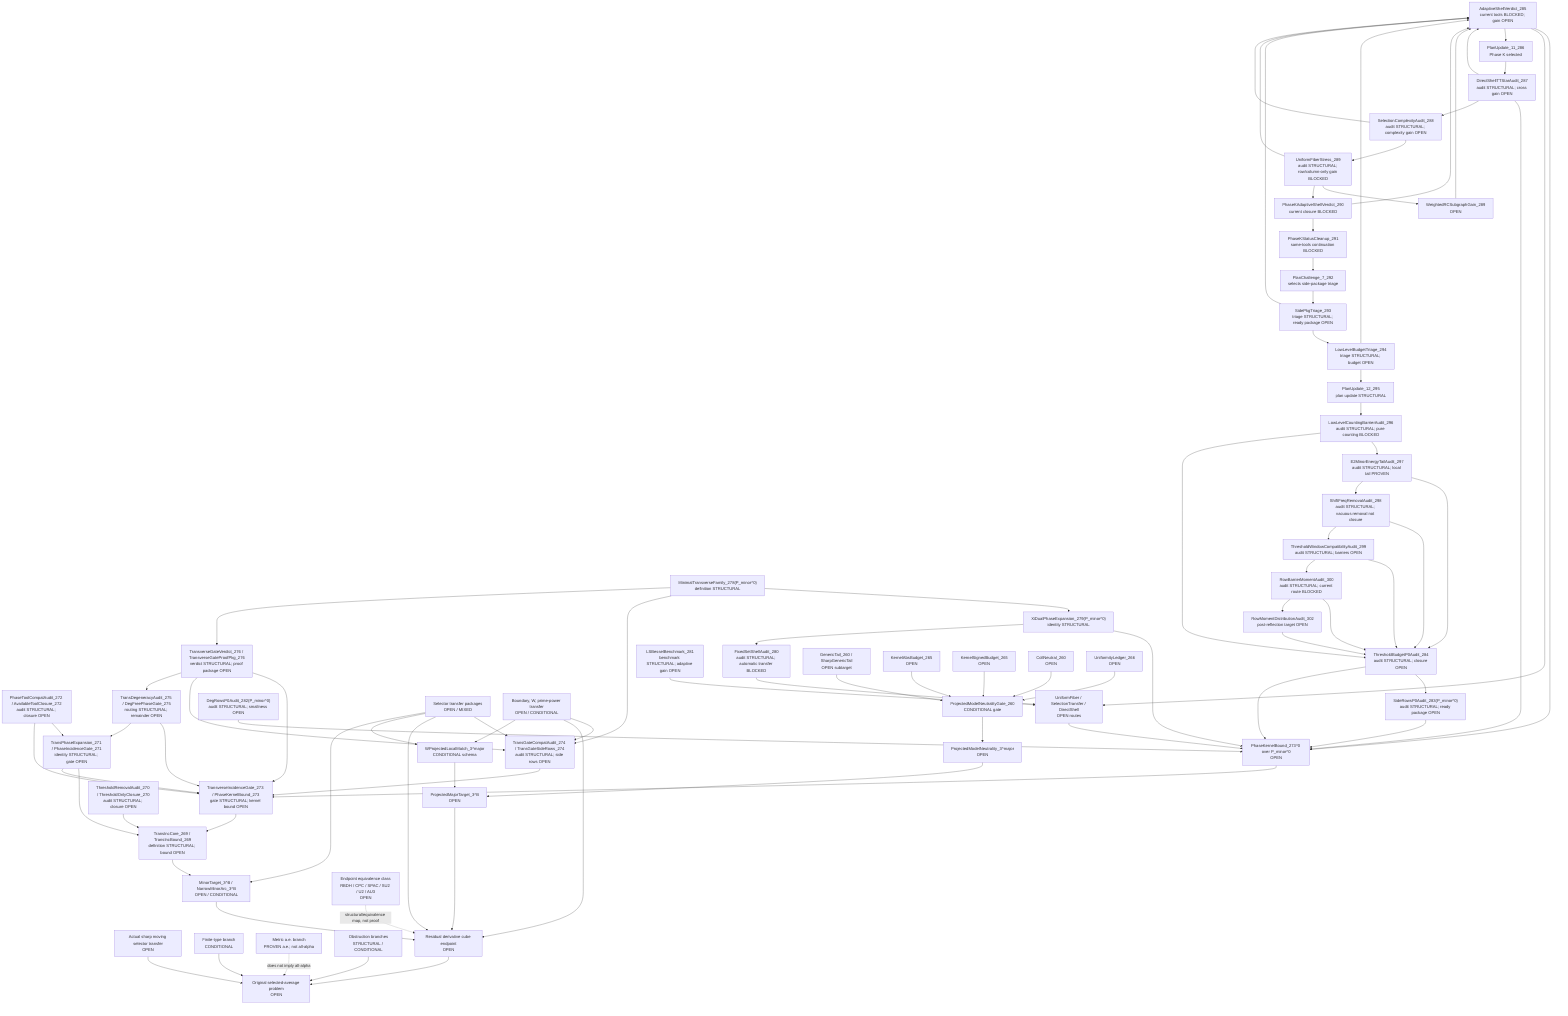
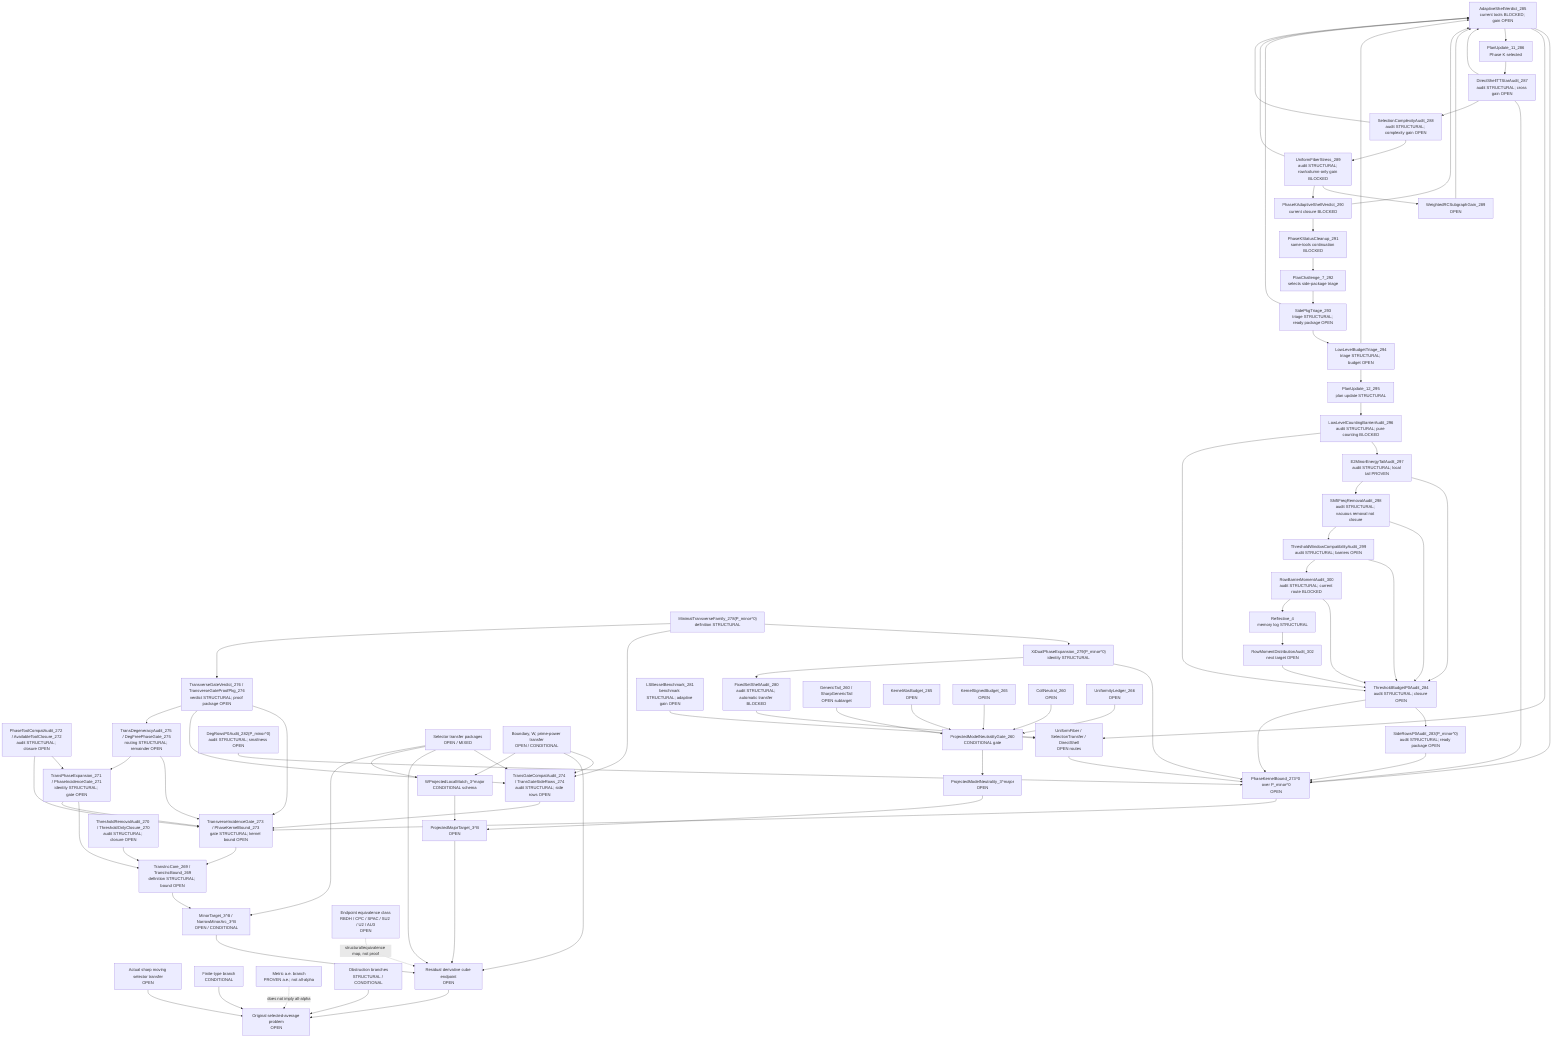
flowchart TD
  Original["Original selected-average problem<br/>OPEN"]
  SharpSel["Actual sharp moving selector transfer<br/>OPEN"]
  FiniteType["Finite-type branch<br/>CONDITIONAL"]
  Metric["Metric a.e. branch<br/>PROVEN a.e.; not all-alpha"]
  Obstruction["Obstruction branches<br/>STRUCTURAL / CONDITIONAL"]

  ResCube["Residual derivative cube endpoint<br/>OPEN"]
  MajorTarget["ProjectedMajorTarget_3^B<br/>OPEN"]
  MinorTarget["MinorTarget_3^B / NarrowMinorArc_3^B<br/>OPEN / CONDITIONAL"]
  TransInc["TransIncCore_269 / TransIncBound_269<br/>definition STRUCTURAL; bound OPEN"]
  ThresholdAudit["ThresholdRemovalAudit_270 / ThresholdOnlyClosure_270<br/>audit STRUCTURAL; closure OPEN"]
  PhaseExpansion["TransPhaseExpansion_271 / PhaseIncidenceGate_271<br/>identity STRUCTURAL; gate OPEN"]
  ToolCompat["PhaseToolCompatAudit_272 / AvailableToolClosure_272<br/>audit STRUCTURAL; closure OPEN"]
  TransGate["TransverseIncidenceGate_273 / PhaseKernelBound_273<br/>gate STRUCTURAL; kernel bound OPEN"]
  TransGateCompat["TransGateCompatAudit_274 / TransGateSideRows_274<br/>audit STRUCTURAL; side rows OPEN"]
  DegAudit["TransDegeneracyAudit_275 / DegFreePhaseGate_275<br/>routing STRUCTURAL; remainder OPEN"]
  TransVerdict["TransverseGateVerdict_276 / TransverseGateProofPkg_276<br/>verdict STRUCTURAL; proof package OPEN"]
  MinTransFamily["MinimalTransverseFamily_278(P_minor^0)<br/>definition STRUCTURAL"]
  XiExpansion["XiDualPhaseExpansion_279(P_minor^0)<br/>identity STRUCTURAL"]
  FixedShellAudit["FixedSetShellAudit_280<br/>audit STRUCTURAL; automatic transfer BLOCKED"]
  FixedShellTransfer["UniformFiber / SelectionTransfer / DirectShell<br/>OPEN routes"]
  LSBesselBench["LSBesselBenchmark_281<br/>benchmark STRUCTURAL; adaptive gain OPEN"]
  DegRowsP0["DegRowsP0Audit_282(P_minor^0)<br/>audit STRUCTURAL; smallness OPEN"]
  SideRowsP0["SideRowsP0Audit_283(P_minor^0)<br/>audit STRUCTURAL; ready package OPEN"]
  ThresholdP0["ThresholdBudgetP0Audit_284<br/>audit STRUCTURAL; closure OPEN"]
  AdaptiveShellP0["AdaptiveShellVerdict_285<br/>current tools BLOCKED; gain OPEN"]
  PlanUpdate11["PlanUpdate_11_286<br/>Phase K selected"]
  DirectTTStar["DirectShellTTStarAudit_287<br/>audit STRUCTURAL; cross gain OPEN"]
  SelectionComplexity["SelectionComplexityAudit_288<br/>audit STRUCTURAL; complexity gain OPEN"]
  UniformFiberStress["UniformFiberStress_289<br/>audit STRUCTURAL; row/column-only gain BLOCKED"]
  WeightedRCSubgraph["WeightedRCSubgraphGain_289<br/>OPEN"]
  AdaptiveVerdict290["PhaseKAdaptiveShellVerdict_290<br/>current closure BLOCKED"]
  PhaseKCleanup291["PhaseKStatusCleanup_291<br/>same-tools continuation BLOCKED"]
  PlanChallenge7["PlanChallenge_7_292<br/>selects side-package triage"]
  SidePkgTriage293["SidePkgTriage_293<br/>triage STRUCTURAL; ready package OPEN"]
  LowLevelTriage294["LowLevelBudgetTriage_294<br/>triage STRUCTURAL; budget OPEN"]
  PlanUpdate12["PlanUpdate_12_295<br/>plan update STRUCTURAL"]
  LowLevelBarrier296["LowLevelCountingBarrierAudit_296<br/>audit STRUCTURAL; pure counting BLOCKED"]
  E2Tail297["E2MinorEnergyTailAudit_297<br/>audit STRUCTURAL; local tail PROVEN"]
  ShiftFreq298["ShiftFreqRemovalAudit_298<br/>audit STRUCTURAL; vacuous removal not closure"]
  ThresholdWindow299["ThresholdWindowCompatibilityAudit_299<br/>audit STRUCTURAL; barriers OPEN"]
  RowBarrier300["RowBarrierMomentAudit_300<br/>audit STRUCTURAL; current route BLOCKED"]
-   RowMoment302["RowMomentDistributionAudit_302<br/>post-reflection target OPEN"]
+   Reflective4["Reflective_4<br/>memory log STRUCTURAL"]
+   RowMoment302["RowMomentDistributionAudit_302<br/>next target OPEN"]
  PhaseKernel0["PhaseKernelBound_273^0 over P_minor^0<br/>OPEN"]
  SelectorTransfer["Selector transfer packages<br/>OPEN / MIXED"]
  BoundaryTransfer["Boundary, W, prime-power transfer<br/>OPEN / CONDITIONAL"]

  WLocal["WProjectedLocalMatch_3^major<br/>CONDITIONAL schema"]
  ModelNeutral["ProjectedModelNeutrality_3^major<br/>OPEN"]
  PMNGate["ProjectedModelNeutralityGate_260<br/>CONDITIONAL gate"]
  GenericTail["GenericTail_260 / SharpGenericTail<br/>OPEN subtarget"]
  KernelAbs["KernelAbsBudget_265<br/>OPEN"]
  KernelSigned["KernelSignedBudget_265<br/>OPEN"]
  CollNeutral["CollNeutral_260<br/>OPEN"]
  Uniformity["UniformityLedger_266<br/>OPEN"]

  EndpointClass["Endpoint equivalence class<br/>RBDH / CPC / SPAC / SU2 / U2 / AU3<br/>OPEN"]

  SharpSel --> Original
  FiniteType --> Original
  Obstruction --> Original
  ResCube --> Original
  Metric -. "does not imply all-alpha" .-> Original

  MajorTarget --> ResCube
  MinorTarget --> ResCube
  TransInc --> MinorTarget
  ThresholdAudit --> TransInc
  PhaseExpansion --> TransInc
  ToolCompat --> PhaseExpansion
  TransGate --> TransInc
  PhaseExpansion --> TransGate
  ToolCompat --> TransGate
  TransGateCompat --> TransGate
  SelectorTransfer --> TransGateCompat
  BoundaryTransfer --> TransGateCompat
  DegAudit --> TransGate
  DegAudit --> PhaseExpansion
  TransVerdict --> TransGate
  TransVerdict --> TransGateCompat
  TransVerdict --> DegAudit
  PhaseKernel0 --> TransGate
  MinTransFamily --> XiExpansion
  XiExpansion --> PhaseKernel0
  XiExpansion --> FixedShellAudit
  FixedShellAudit --> FixedShellTransfer
  FixedShellTransfer --> PhaseKernel0
  LSBesselBench --> FixedShellTransfer
  DegRowsP0 --> PhaseKernel0
  SideRowsP0 --> PhaseKernel0
  ThresholdP0 --> SideRowsP0
  ThresholdP0 --> PhaseKernel0
  AdaptiveShellP0 --> PhaseKernel0
  AdaptiveShellP0 --> FixedShellTransfer
  AdaptiveShellP0 --> PlanUpdate11
  PlanUpdate11 --> DirectTTStar
  DirectTTStar --> AdaptiveShellP0
  DirectTTStar --> PhaseKernel0
  DirectTTStar --> SelectionComplexity
  SelectionComplexity --> UniformFiberStress
  SelectionComplexity --> AdaptiveShellP0
  UniformFiberStress --> WeightedRCSubgraph
  WeightedRCSubgraph --> AdaptiveShellP0
  UniformFiberStress --> AdaptiveVerdict290
  UniformFiberStress --> AdaptiveShellP0
  AdaptiveVerdict290 --> AdaptiveShellP0
  AdaptiveVerdict290 --> PhaseKCleanup291
  PhaseKCleanup291 --> PlanChallenge7
  PlanChallenge7 --> SidePkgTriage293
  SidePkgTriage293 --> LowLevelTriage294
  SidePkgTriage293 --> AdaptiveShellP0
  LowLevelTriage294 --> AdaptiveShellP0
  LowLevelTriage294 --> PlanUpdate12
  PlanUpdate12 --> LowLevelBarrier296
  LowLevelBarrier296 --> E2Tail297
  LowLevelBarrier296 --> ThresholdP0
  E2Tail297 --> ThresholdP0
  E2Tail297 --> ShiftFreq298
  ShiftFreq298 --> ThresholdP0
  ShiftFreq298 --> ThresholdWindow299
  ThresholdWindow299 --> ThresholdP0
  ThresholdWindow299 --> RowBarrier300
  RowBarrier300 --> ThresholdP0
-   RowBarrier300 --> RowMoment302
+   RowBarrier300 --> Reflective4
+   Reflective4 --> RowMoment302
  RowMoment302 --> ThresholdP0
  MinTransFamily --> TransGateCompat
  MinTransFamily --> TransVerdict
  SelectorTransfer --> ResCube
  BoundaryTransfer --> ResCube
  EndpointClass -. "structural/equivalence map, not proof" .-> ResCube

  WLocal --> MajorTarget
  ModelNeutral --> MajorTarget

  PMNGate --> ModelNeutral
  GenericTail --> PMNGate
  KernelAbs --> PMNGate
  KernelSigned --> PMNGate
  CollNeutral --> PMNGate
  Uniformity --> PMNGate

  BoundaryTransfer --> WLocal
  SelectorTransfer --> WLocal
  SelectorTransfer --> MinorTarget
